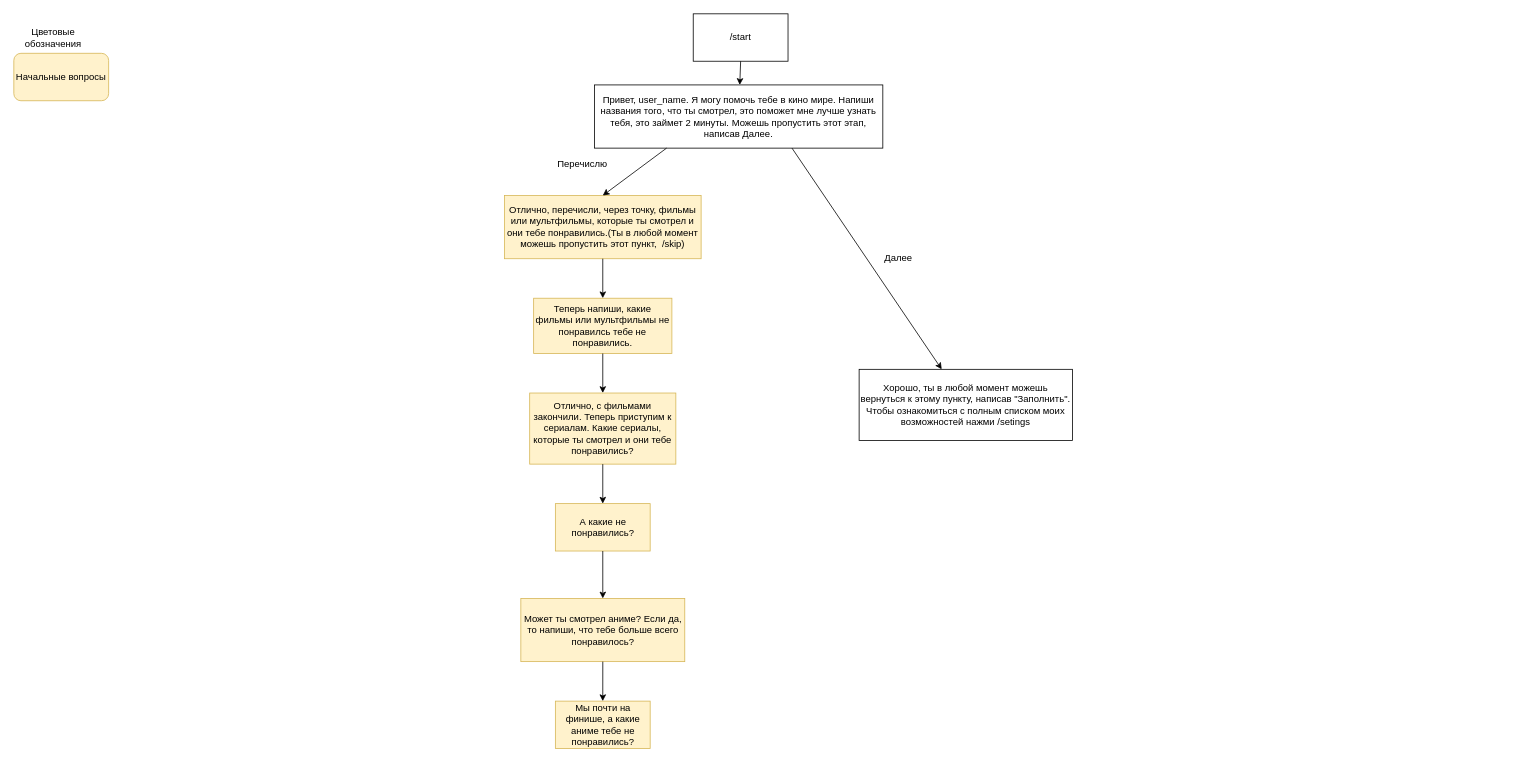
Above: Untitled Diagram.drawio in 78Moonlight78/Showtor (draw.io), before the change. Source tidied: cells renumbered, new cells numbered last; positions are measured from the earlier drawing's top-left corner, leaving out a move shared by most shapes. Both pictures are drawn from the tidied source at 79%, with x=0, y=0 at pixel (13, 13).
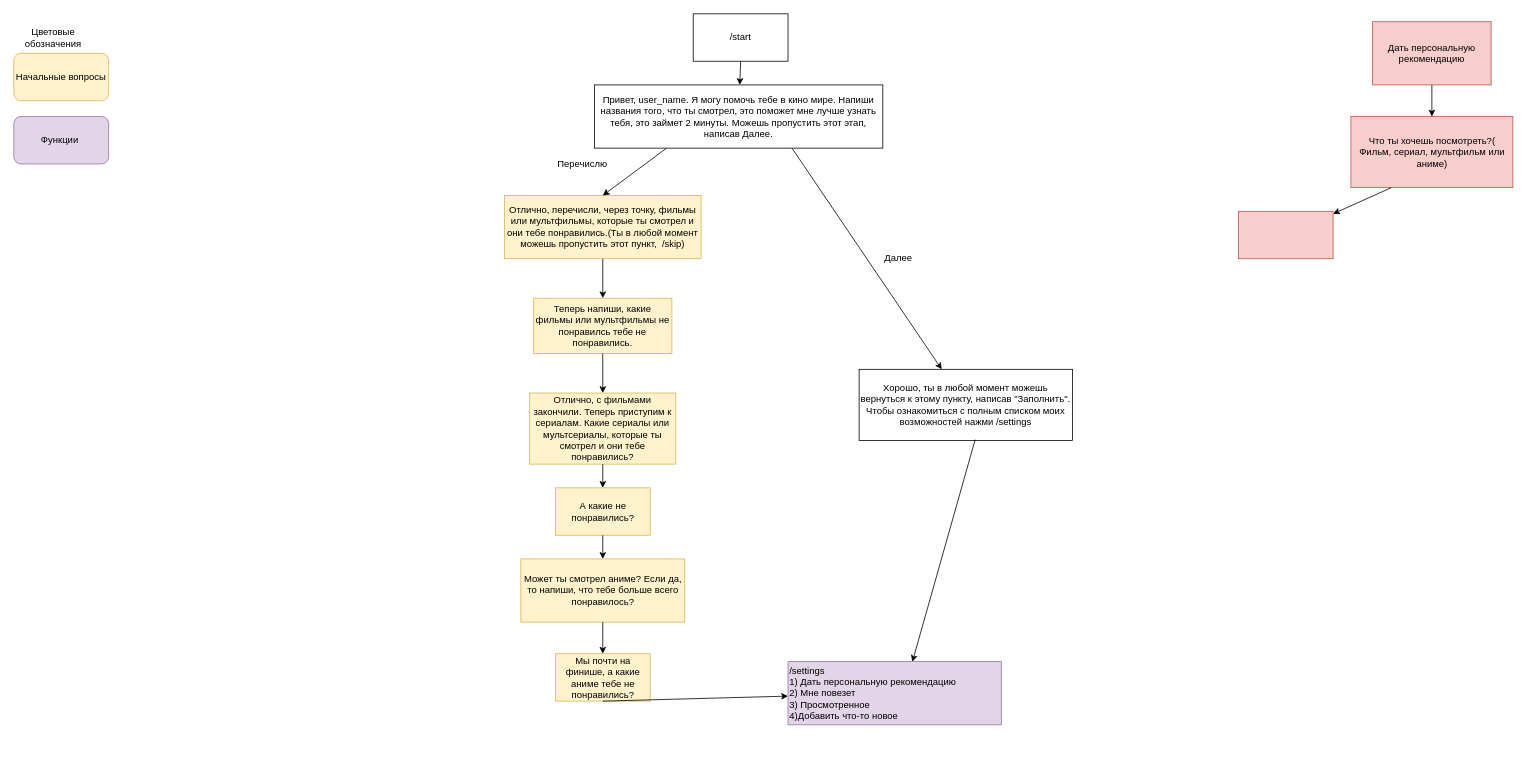
The same diagram, later.

Diff of the diagram source:
```diff
@@
-    <mxCell id="6" value="Хорошо, ты в любой момент можешь вернуться к этому пункту, написав &quot;Заполнить&quot;. Чтобы ознакомиться с полным списком моих возможностей нажми /setings" style="rounded=0;whiteSpace=wrap;html=1;" parent="1" vertex="1">
+    <mxCell id="6" value="Хорошо, ты в любой момент можешь вернуться к этому пункту, написав &quot;Заполнить&quot;. Чтобы ознакомиться с полным списком моих возможностей нажми /settings" style="rounded=0;whiteSpace=wrap;html=1;" parent="1" vertex="1">
       <mxGeometry x="1070" y="450" width="270" height="90" as="geometry" />
     </mxCell>
@@
-    <mxCell id="14" value="Отлично, с фильмами закончили. Теперь приступим к сериалам. Какие сериалы, которые ты смотрел и они тебе понравились?" style="rounded=0;whiteSpace=wrap;html=1;fillColor=#fff2cc;strokeColor=#d6b656;" parent="1" vertex="1">
+    <mxCell id="14" value="Отлично, с фильмами закончили. Теперь приступим к сериалам. Какие сериалы или мультсериалы, которые ты смотрел и они тебе понравились?" style="rounded=0;whiteSpace=wrap;html=1;fillColor=#fff2cc;strokeColor=#d6b656;" parent="1" vertex="1">
       <mxGeometry x="653" y="480" width="185" height="90" as="geometry" />
     </mxCell>
     <mxCell id="15" value="А какие не понравились?" style="rounded=0;whiteSpace=wrap;html=1;fillColor=#fff2cc;strokeColor=#d6b656;" parent="1" vertex="1">
-      <mxGeometry x="685.5" y="620" width="120" height="60" as="geometry" />
+      <mxGeometry x="685.5" y="600" width="120" height="60" as="geometry" />
     </mxCell>
@@
     <mxCell id="17" value="Может ты смотрел аниме? Если да, то напиши, что тебе больше всего понравилось?" style="rounded=0;whiteSpace=wrap;html=1;fillColor=#fff2cc;strokeColor=#d6b656;" parent="1" vertex="1">
-      <mxGeometry x="641.8" y="740" width="207.5" height="80" as="geometry" />
+      <mxGeometry x="641.8" y="690" width="207.5" height="80" as="geometry" />
     </mxCell>
@@
     <mxCell id="19" value="Мы почти на финише, а какие аниме тебе не понравились?" style="rounded=0;whiteSpace=wrap;html=1;fillColor=#fff2cc;strokeColor=#d6b656;" parent="1" vertex="1">
-      <mxGeometry x="685.5" y="870" width="120" height="60" as="geometry" />
+      <mxGeometry x="685.5" y="810" width="120" height="60" as="geometry" />
     </mxCell>
@@
+    <mxCell id="23" value="/settings&lt;br&gt;1) Дать персональную рекомендацию&lt;br&gt;2) Мне повезет&lt;br&gt;&lt;div&gt;&lt;span&gt;3) Просмотренное&amp;nbsp;&lt;/span&gt;&lt;/div&gt;&lt;div&gt;&lt;span&gt;4)Добавить что-то новое&lt;/span&gt;&lt;/div&gt;" style="rounded=0;whiteSpace=wrap;html=1;fillColor=#e1d5e7;strokeColor=#9673a6;align=left;" parent="1" vertex="1">
+      <mxGeometry x="980" y="820" width="270" height="80" as="geometry" />
+    </mxCell>
+    <mxCell id="24" value="Функции&amp;nbsp;" style="rounded=1;whiteSpace=wrap;html=1;fillColor=#e1d5e7;strokeColor=#9673a6;" parent="1" vertex="1">
+      <mxGeometry y="130" width="120" height="60" as="geometry" />
+    </mxCell>
+    <mxCell id="25" style="endArrow=classic;html=1;exitX=0.5;exitY=1;exitDx=0;exitDy=0;" parent="1" edge="1" source="19" target="23">
+      <mxGeometry relative="1" as="geometry" />
+    </mxCell>
+    <mxCell id="26" style="endArrow=classic;html=1;exitX=0.544;exitY=0.989;exitDx=0;exitDy=0;exitPerimeter=0;entryX=0.583;entryY=0.003;entryDx=0;entryDy=0;entryPerimeter=0;" parent="1" edge="1" source="6" target="23">
+      <mxGeometry relative="1" as="geometry" />
+    </mxCell>
+    <mxCell id="27" value="Дать персональную рекомендацию" style="rounded=0;whiteSpace=wrap;html=1;fillColor=#f8cecc;strokeColor=#b85450;" parent="1" vertex="1">
+      <mxGeometry x="1720" y="10" width="150" height="80" as="geometry" />
+    </mxCell>
+    <mxCell id="28" style="endArrow=classic;html=1;exitX=0.5;exitY=1;exitDx=0;exitDy=0;" parent="1" edge="1" source="27" target="29">
+      <mxGeometry relative="1" as="geometry" />
+    </mxCell>
+    <mxCell id="29" value="Что ты хочешь посмотреть?( Фильм, сериал, мультфильм или аниме)" style="rounded=0;whiteSpace=wrap;html=1;fillColor=#f8cecc;strokeColor=#b85450;" parent="1" vertex="1">
+      <mxGeometry x="1692.5" y="130" width="205" height="90" as="geometry" />
+    </mxCell>
+    <mxCell id="30" style="endArrow=classic;html=1;exitX=0.25;exitY=1;exitDx=0;exitDy=0;" parent="1" edge="1" source="29" target="31">
+      <mxGeometry relative="1" as="geometry" />
+    </mxCell>
+    <mxCell id="31" style="rounded=0;whiteSpace=wrap;html=1;fillColor=#f8cecc;strokeColor=#b85450;" parent="1" vertex="1">
+      <mxGeometry x="1550" y="250" width="120" height="60" as="geometry" />
+    </mxCell>
```
